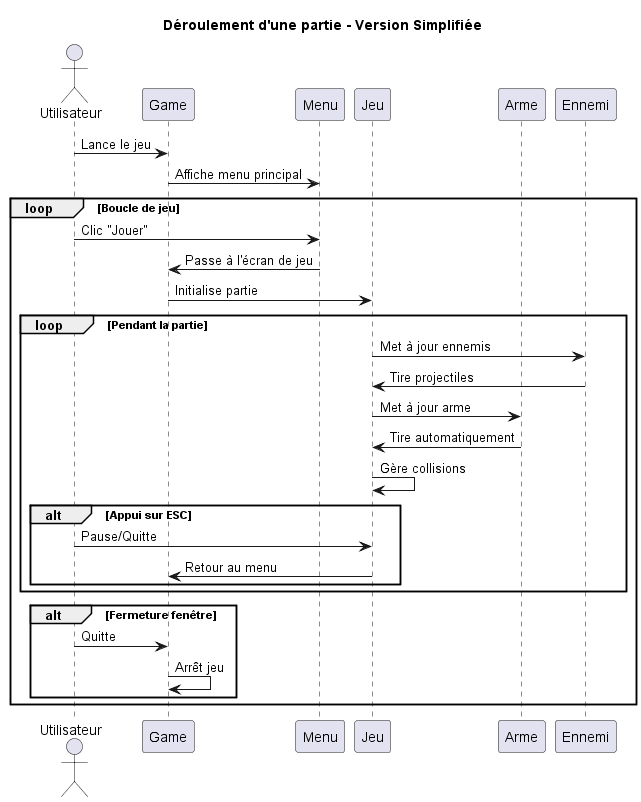
AzEnTa1/the-cursed-tower keeps this PlantUML diagram as out/Déroulement d'une partie de Tour Maudite/SequenceDiagram.png. Above is the earlier version.
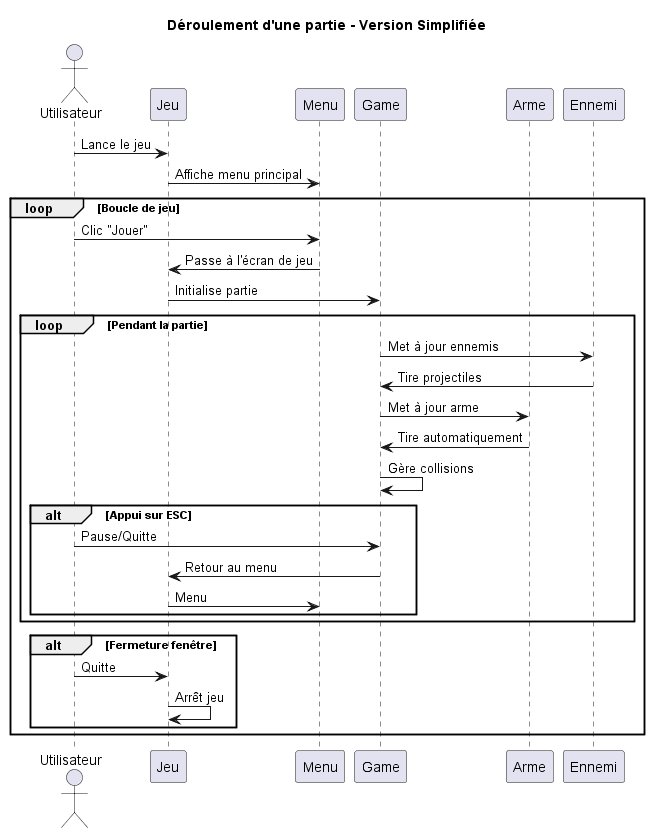
The same file after the commit.

Diff of the diagram source:
```diff
@@ -2,9 +2,9 @@
 title Déroulement d'une partie - Version Simplifiée
 
 actor "Utilisateur" as J
-participant "Game" as G
+participant "Jeu" as G
 participant "Menu" as M
-participant "Jeu" as JEU
+participant "Game" as JEU
 participant "Arme" as A
 participant "Ennemi" as E
 
@@ -26,6 +26,7 @@
         alt Appui sur ESC
             J -> JEU : Pause/Quitte
             JEU -> G : Retour au menu
+            G -> M : Menu
         end
     end
 
```
